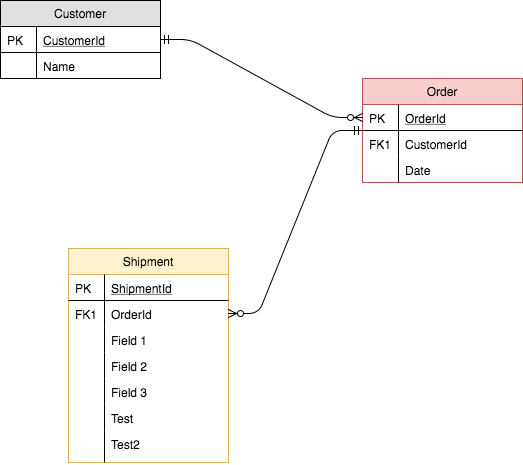
Above: schema.png in alderg/sandbox (draw.io), before the change. Source tidied: cells renumbered, new cells last; positions are measured from the earlier drawing's top-left corner, leaving out a move shared by most shapes.
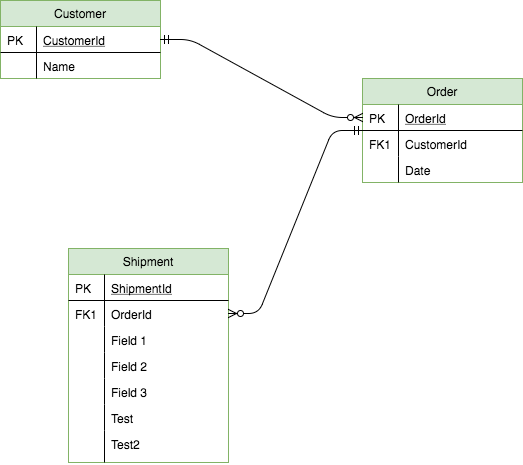
The same file after the commit.

Commit message:
Minor updates with special chars öäü <//>

Change to the diagram source:
```diff
@@ -2,7 +2,7 @@
   <root>
     <mxCell id="0" />
     <mxCell id="1" parent="0" />
-    <mxCell id="2" value="Customer" style="swimlane;fontStyle=0;horizontal=1;startSize=26;fillColor=#e0e0e0;swimlaneFillColor=#ffffff;rounded=0;shadow=0;strokeWidth=1;" parent="1" vertex="1">
+    <mxCell id="2" value="Customer" style="swimlane;fontStyle=0;horizontal=1;startSize=26;fillColor=#d5e8d4;swimlaneFillColor=#ffffff;rounded=0;shadow=0;strokeWidth=1;strokeColor=#82b366;" parent="1" vertex="1">
       <mxGeometry width="160" height="78" as="geometry" />
     </mxCell>
     <mxCell id="3" value="CustomerId" style="shape=partialRectangle;top=0;left=0;right=0;bottom=1;align=left;verticalAlign=top;fillColor=none;spacingLeft=40;spacingRight=4;overflow=hidden;points=[[0,0.5],[1,0.5]];portConstraint=eastwest;rounded=0;shadow=0;strokeWidth=1;fontStyle=4;" parent="2" vertex="1">
@@ -17,7 +17,7 @@
     <mxCell id="6" style="shape=partialRectangle;top=0;left=0;bottom=0;fillColor=none;align=left;verticalAlign=top;spacingLeft=4;spacingRight=4;overflow=hidden;" parent="5" vertex="1">
       <mxGeometry width="36" height="26" as="geometry" />
     </mxCell>
-    <mxCell id="7" value="Order" style="swimlane;fontStyle=0;horizontal=1;startSize=26;fillColor=#f8cecc;swimlaneFillColor=#ffffff;rounded=0;shadow=0;strokeWidth=1;strokeColor=#b85450;" parent="1" vertex="1">
+    <mxCell id="7" value="Order" style="swimlane;fontStyle=0;horizontal=1;startSize=26;fillColor=#d5e8d4;swimlaneFillColor=#ffffff;rounded=0;shadow=0;strokeWidth=1;strokeColor=#82b366;" parent="1" vertex="1">
       <mxGeometry x="362" y="78" width="160" height="104" as="geometry" />
     </mxCell>
     <mxCell id="8" value="OrderId" style="shape=partialRectangle;top=0;left=0;right=0;bottom=1;align=left;verticalAlign=top;fillColor=none;spacingLeft=40;spacingRight=4;overflow=hidden;points=[[0,0.5],[1,0.5]];portConstraint=eastwest;rounded=0;shadow=0;strokeWidth=1;fontStyle=4;" parent="7" vertex="1">
@@ -41,7 +41,7 @@
     <mxCell id="14" style="edgeStyle=entityRelationEdgeStyle;endArrow=ERzeroToMany;startArrow=ERmandOne;shadow=0;strokeWidth=1;" parent="1" edge="1" source="3" target="8">
       <mxGeometry relative="1" as="geometry" />
     </mxCell>
-    <mxCell id="15" value="Shipment" style="swimlane;fontStyle=0;horizontal=1;startSize=26;fillColor=#fff2cc;swimlaneFillColor=#ffffff;rounded=0;shadow=0;strokeWidth=1;strokeColor=#d6b656;" parent="1" vertex="1">
+    <mxCell id="15" value="Shipment" style="swimlane;fontStyle=0;horizontal=1;startSize=26;fillColor=#d5e8d4;swimlaneFillColor=#ffffff;rounded=0;shadow=0;strokeWidth=1;strokeColor=#82b366;" parent="1" vertex="1">
       <mxGeometry x="68" y="248" width="160" height="214" as="geometry" />
     </mxCell>
     <mxCell id="16" value="ShipmentId" style="shape=partialRectangle;top=0;left=0;right=0;bottom=1;align=left;verticalAlign=top;fillColor=none;spacingLeft=40;spacingRight=4;overflow=hidden;rounded=0;shadow=0;strokeWidth=1;fontStyle=4;" parent="15" vertex="1">
```
